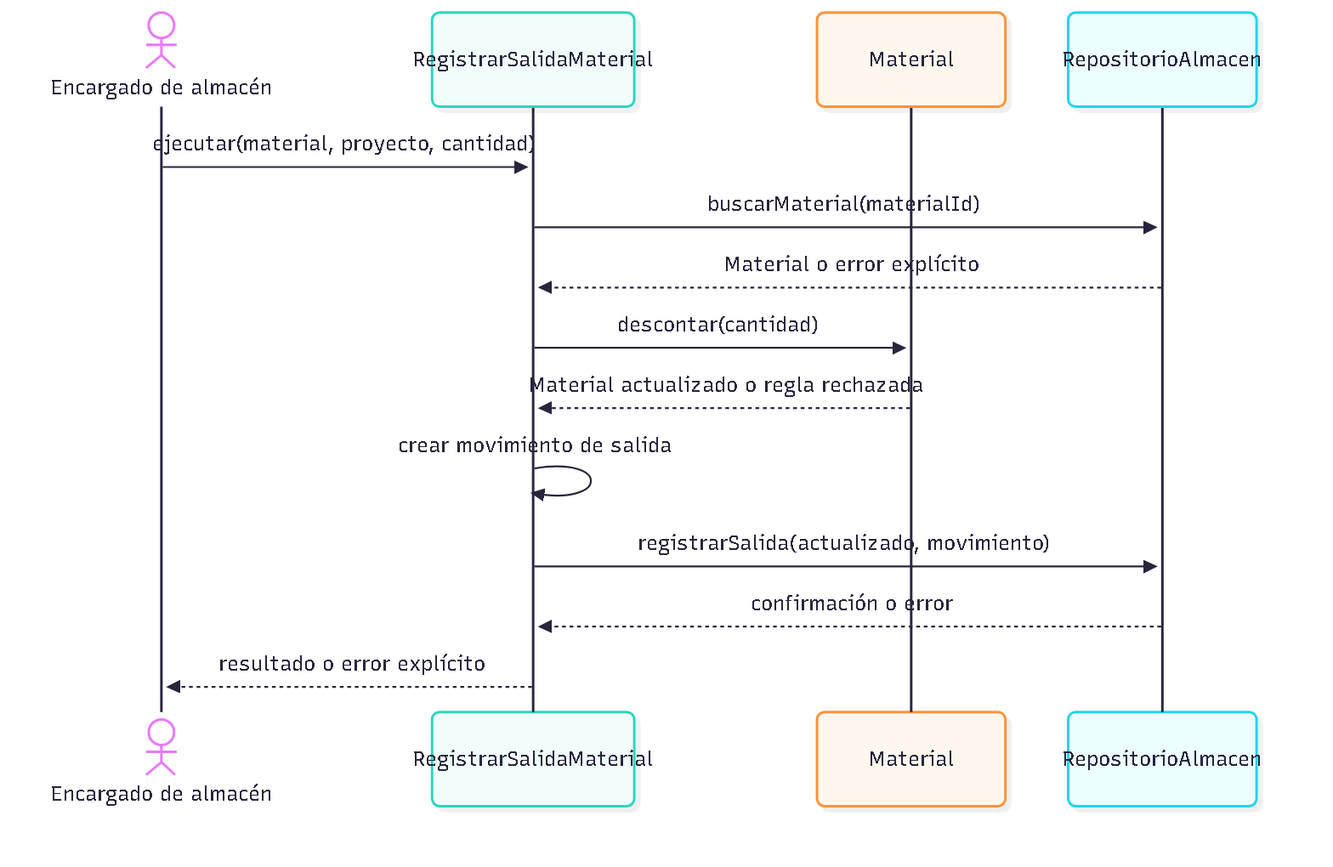
The Mermaid diagram img/nivel4-secuencia.png in dostinarroyo/Constructora-arquitSoft-02-Dostin_Arroyo, before a commit. Its source is kept beside it as img/fuentes/nivel4-secuencia.mmd.
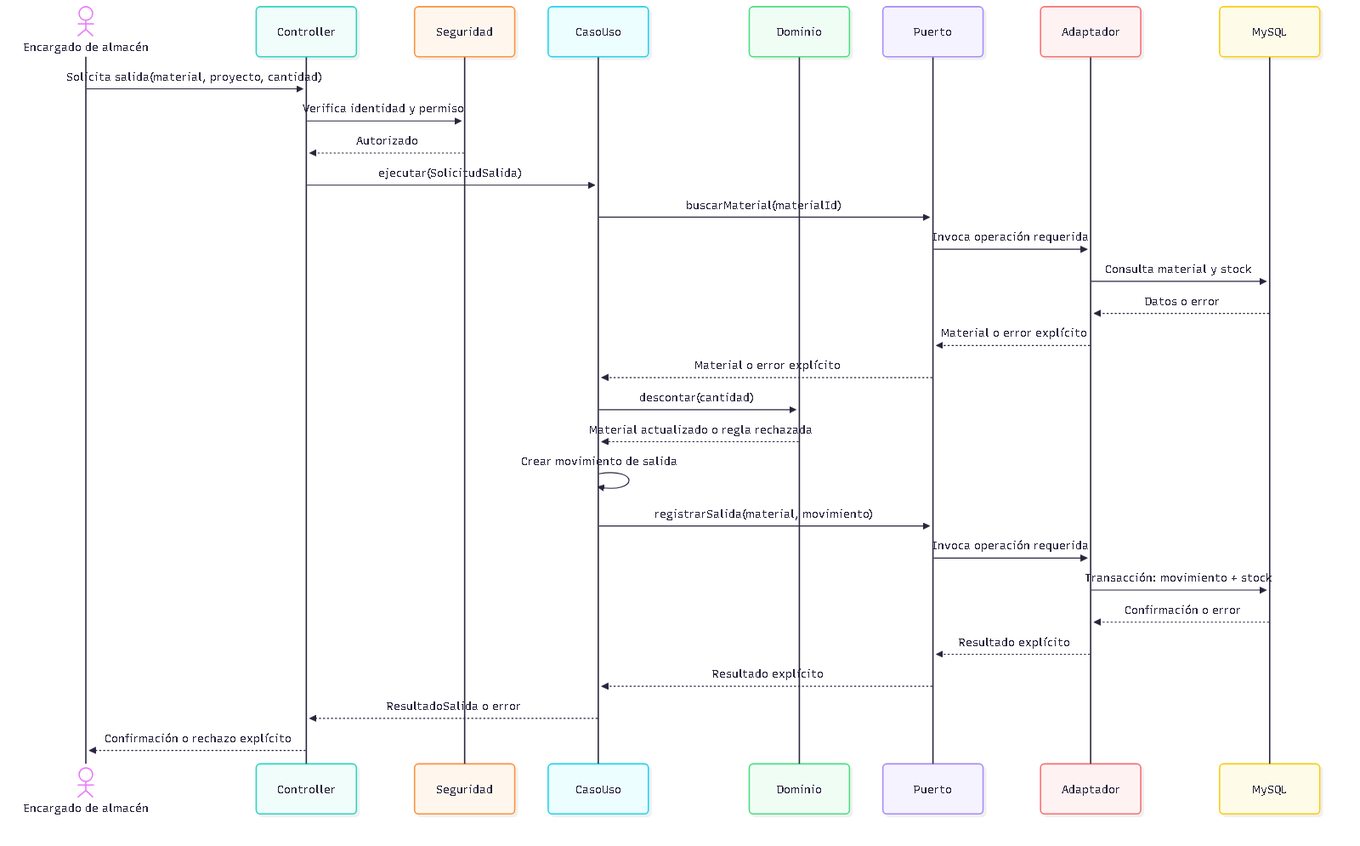
After the commit.

Diff of the diagram source:
```diff
@@ -1,15 +1,31 @@
 sequenceDiagram
     actor Encargado as Encargado de almacén
-    participant CasoUso as RegistrarSalidaMaterial
-    participant Material as Material
-    participant Repo as RepositorioAlmacen
+    participant UI as Controller
+    participant Auth as Seguridad
+    participant UC as CasoUso
+    participant D as Dominio
+    participant P as Puerto
+    participant A as Adaptador
+    participant DB as MySQL
 
-    Encargado->>CasoUso: ejecutar(material, proyecto, cantidad)
-    CasoUso->>Repo: buscarMaterial(materialId)
-    Repo-->>CasoUso: Material o error explícito
-    CasoUso->>Material: descontar(cantidad)
-    Material-->>CasoUso: Material actualizado o regla rechazada
-    CasoUso->>CasoUso: crear movimiento de salida
-    CasoUso->>Repo: registrarSalida(actualizado, movimiento)
-    Repo-->>CasoUso: confirmación o error
-    CasoUso-->>Encargado: resultado o error explícito
+    Encargado->>UI: Solicita salida(material, proyecto, cantidad)
+    UI->>Auth: Verifica identidad y permiso
+    Auth-->>UI: Autorizado
+    UI->>UC: ejecutar(SolicitudSalida)
+    UC->>P: buscarMaterial(materialId)
+    P->>A: Invoca operación requerida
+    A->>DB: Consulta material y stock
+    DB-->>A: Datos o error
+    A-->>P: Material o error explícito
+    P-->>UC: Material o error explícito
+    UC->>D: descontar(cantidad)
+    D-->>UC: Material actualizado o regla rechazada
+    UC->>UC: Crear movimiento de salida
+    UC->>P: registrarSalida(material, movimiento)
+    P->>A: Invoca operación requerida
+    A->>DB: Transacción: movimiento + stock
+    DB-->>A: Confirmación o error
+    A-->>P: Resultado explícito
+    P-->>UC: Resultado explícito
+    UC-->>UI: ResultadoSalida o error
+    UI-->>Encargado: Confirmación o rechazo explícito
```
